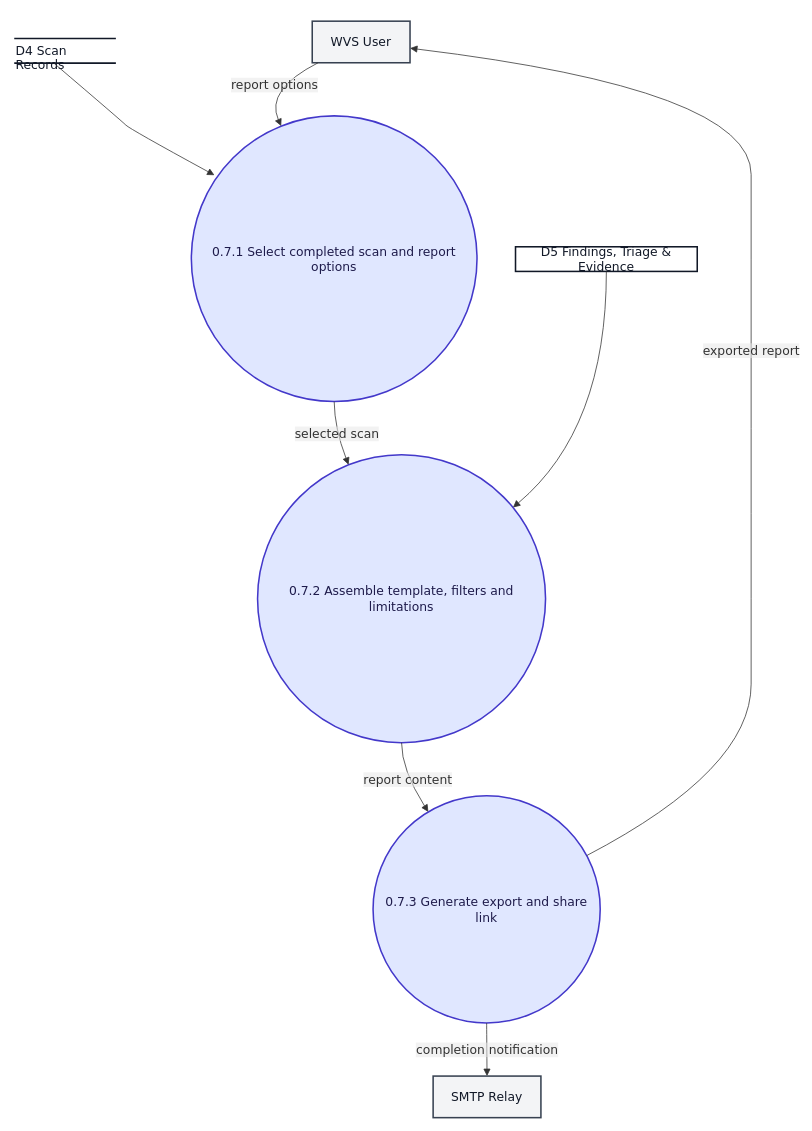
This is docs/mermaid/f.7.drawio from ksacheth/software-engineering, a draw.io file, before an edit. Source tidied: cells renumbered, new cells numbered last; positions are measured from the earlier drawing's top-left corner, leaving out a move shared by most shapes. Both pictures are drawn from the tidied source at 77%, with x=0, y=0 at pixel (14, 13).
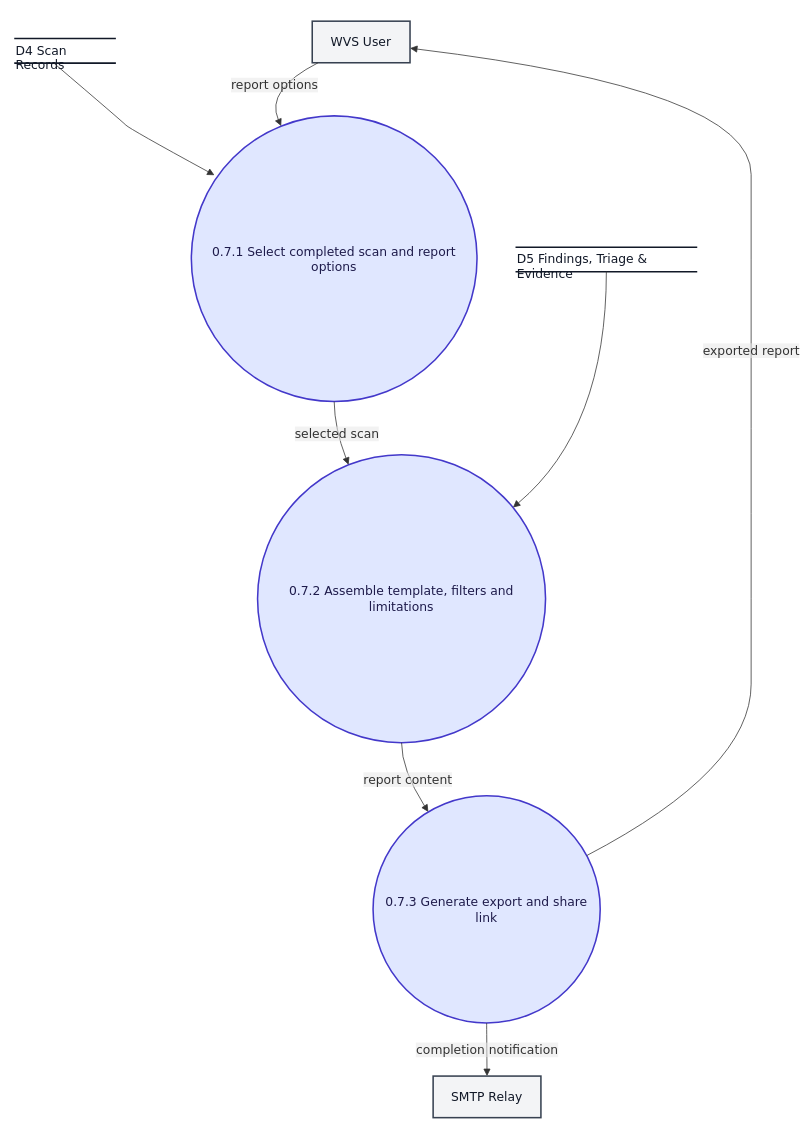
The same diagram, later.

Unchanged cells that the change refers to:
```xml
<mxCell id="2" style="group;transparentBounds=1;editIcon=1;lockedGroup=0;groupPadding=10;" parent="1" vertex="1">
  <mxGeometry x="220" as="geometry" />
</mxCell>
```

What changed in the source:
```diff
@@
-    <mxCell id="11" value="D5 Findings, Triage &amp; Evidence" style="html=1;whiteSpace=wrap;strokeWidth=2;fillColor=none;strokeColor=#111827;fontColor=#111827;fontFamily=Trebuchet MS,Verdana,Arial,sans-serif;fontSize=16;" parent="2" vertex="1">
+    <mxCell id="11" value="D5 Findings, Triage &amp; Evidence" style="text;html=1;whiteSpace=wrap;strokeColor=none;fillColor=none;fontColor=#111827;fontFamily=Trebuchet MS,Verdana,Arial,sans-serif;fontSize=16;" parent="2" vertex="1">
       <mxGeometry x="431" y="303" width="236" height="32" as="geometry" />
     </mxCell>
+    <mxCell id="19" style="shape=line;strokeWidth=2;strokeColor=#111827;fillColor=none;" parent="2" vertex="1">
+      <mxGeometry x="431" y="303" width="236" height="1" as="geometry" />
+    </mxCell>
+    <mxCell id="20" style="shape=line;strokeWidth=2;strokeColor=#111827;fillColor=none;" parent="2" vertex="1">
+      <mxGeometry x="431" y="335" width="236" height="1" as="geometry" />
+    </mxCell>
```
